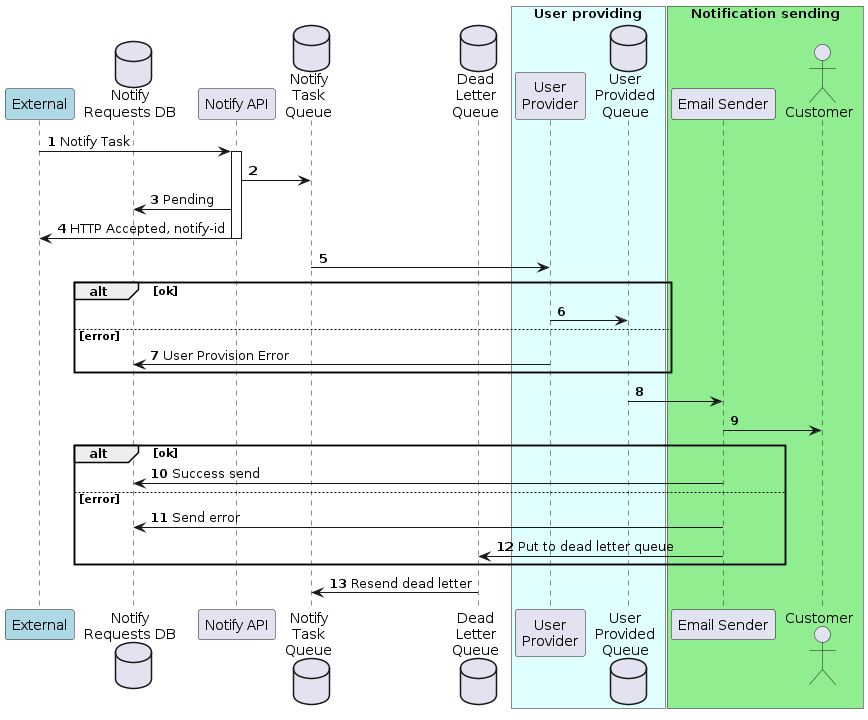
The PlantUML diagram diagrams/out/notify_pipeline.png in likeinlife-Yandex-Practicum/notification, before a commit.
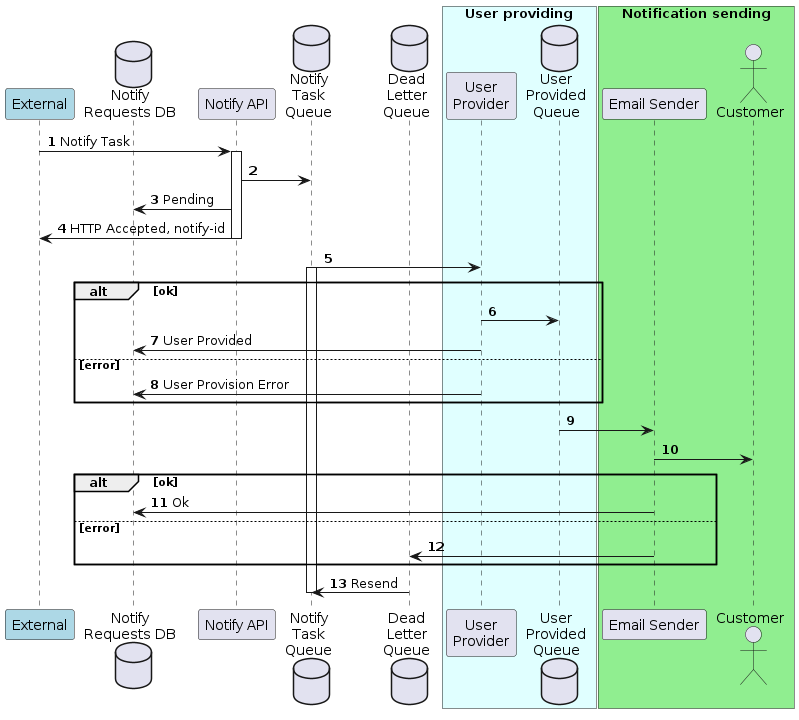
Later version of the same file.

The edit, as a diff of the source:
```diff
@@ -28,8 +28,10 @@
 deactivate api
 
 notify_task_queue -> user_provider
+activate notify_task_queue
 alt ok
     user_provider -> user_provided_queue
+    user_provider -> notify_requests: User Provided
 else error
     user_provider -> notify_requests: User Provision Error
 end
@@ -37,12 +39,12 @@
 
 email_sender -> customer
 alt ok
-    email_sender -> notify_requests: Success send
+    email_sender -> notify_requests: Ok
 else error
-    email_sender -> notify_requests: Send error
-    email_sender -> dead_letter_queue: Put to dead letter queue
+    email_sender -> dead_letter_queue
 end
 
-dead_letter_queue -> notify_task_queue: Resend dead letter
+dead_letter_queue -> notify_task_queue: Resend
+deactivate notify_task_queue
 
 @enduml
```
